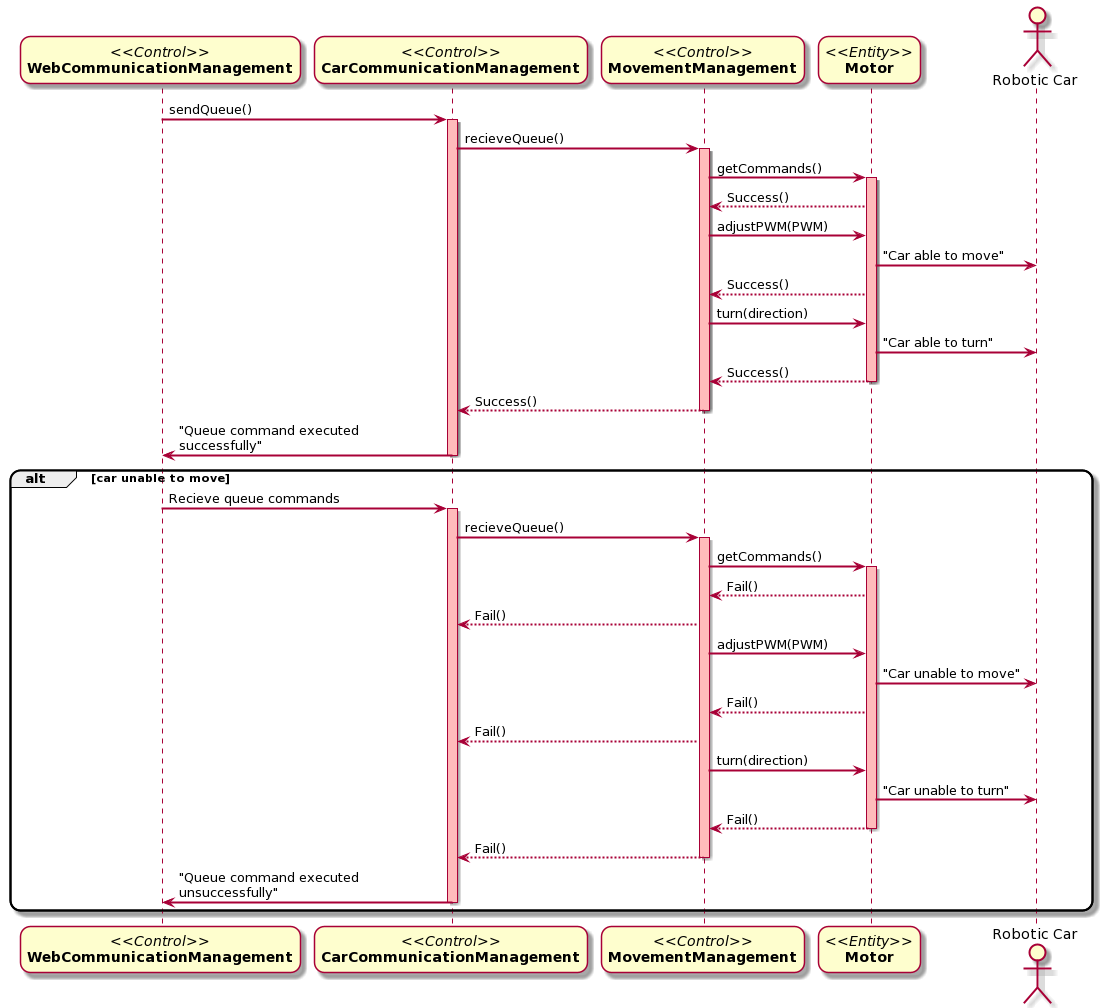
Earlier version of the PlantUML export Docs/Sequence Diagrams/Project Sequence-Diagram-UC5.png (DanielFYJ/2101-2201-Project).
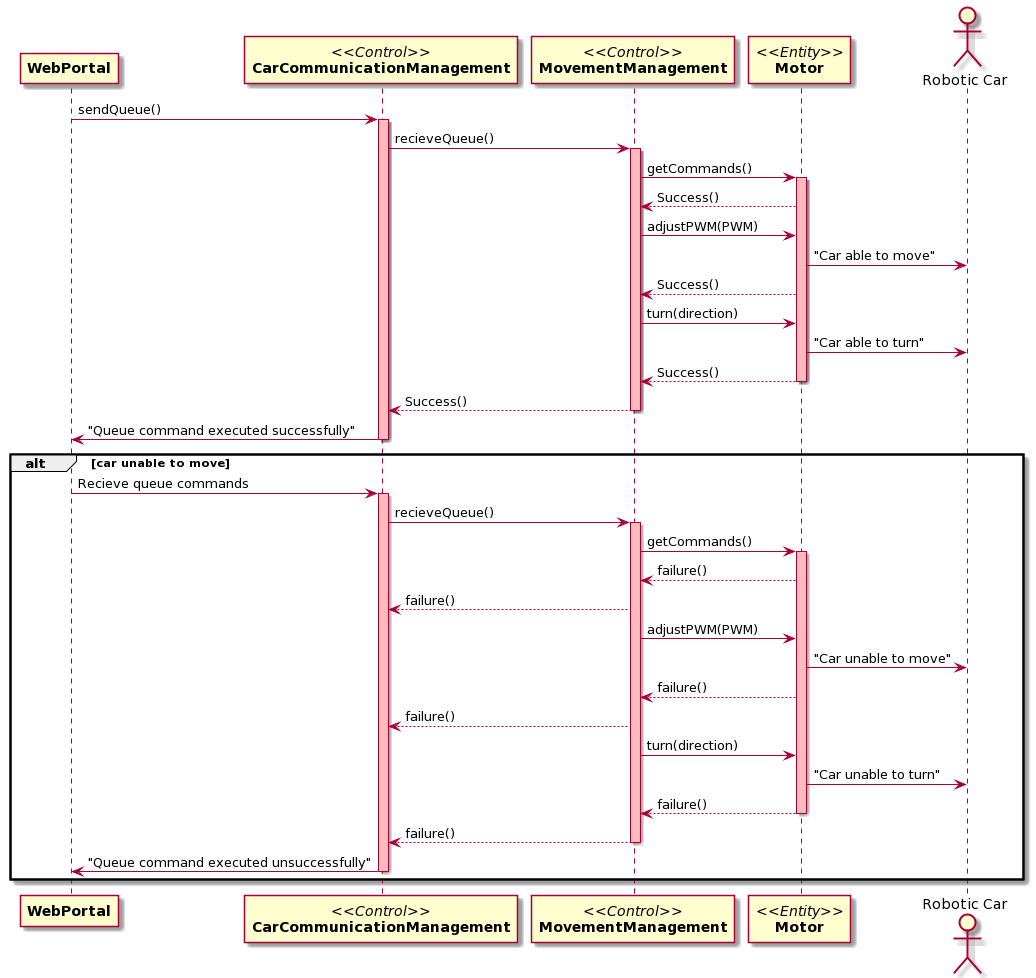
Later version of the same file.

Diff of the diagram source:
```diff
@@ -1,8 +1,5 @@
 @startuml
-skinparam sequenceArrowThickness 2
-skinparam roundcorner 20
-skinparam maxmessagesize 200
-participant "//<<Control>>//\n**WebCommunicationManagement**" as WebPortal
+participant "**WebPortal**" as WebPortal
 participant "//<<Control>>//\n**CarCommunicationManagement**" as RoboticCarManagement
 participant "//<<Control>>//\n**MovementManagement**" as B
 participant "//<<Entity>>//\n**Motor**" as C
@@ -36,17 +33,17 @@
 activate B #FFBBBB
 B -> C: getCommands()
 activate C #FFBBBB
-C --> B: Fail()
-B --> RoboticCarManagement : Fail()
+C --> B: failure()
+B --> RoboticCarManagement : failure()
 B-> C : adjustPWM(PWM)
 C -> RC : "Car unable to move"
-C --> B : Fail()
-B --> RoboticCarManagement : Fail()
+C --> B : failure()
+B --> RoboticCarManagement : failure()
 B -> C: turn(direction)
 C -> RC : "Car unable to turn"
-C --> B : Fail()
+C --> B : failure()
 deactivate C
-B --> RoboticCarManagement : Fail()
+B --> RoboticCarManagement : failure()
 deactivate B
 deactivate WebPortal
 RoboticCarManagement -> WebPortal : "Queue command executed unsuccessfully"
```
